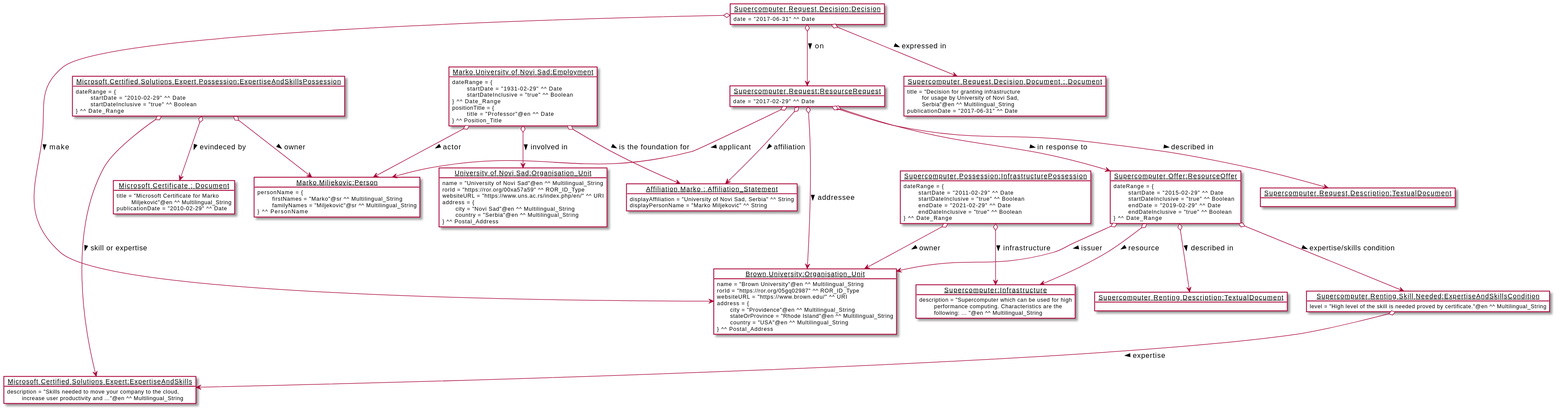
This is UC3/example.svg from EuroCRIS/CERIF-Refactoring-ModelUseCases, a PlantUML export, as it was before one commit.
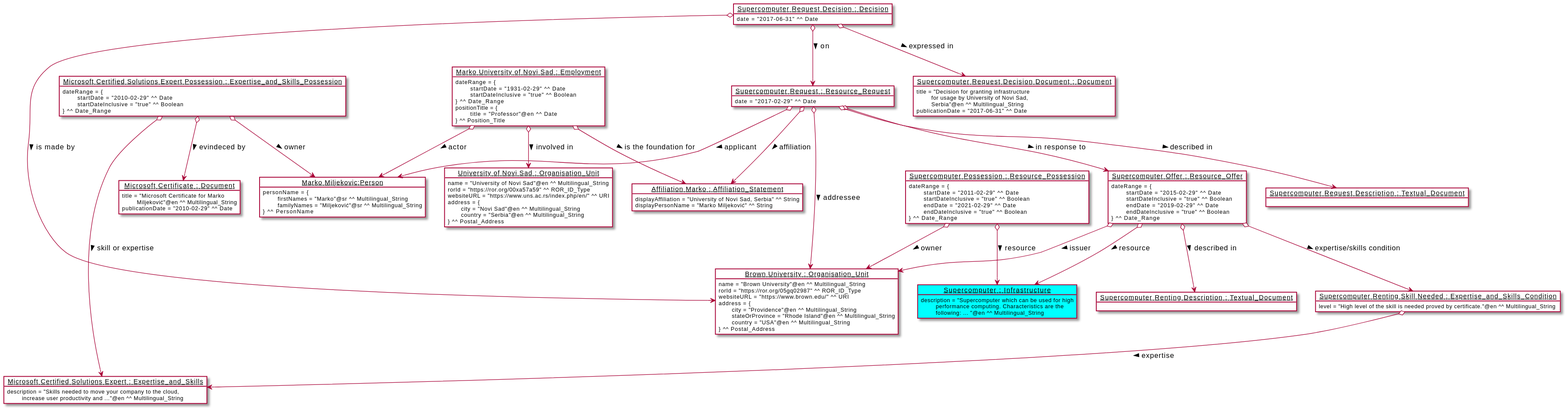
Later version of the same file.

Diff of the diagram source:
```diff
@@ -2,7 +2,7 @@
 
     !startsub resource
 
-        object "<u>Supercomputer:Infrastructure</u>" as Supercomputer #ffffff {
+        object "<u>Supercomputer : Infrastructure</u>" as Supercomputer #00ffff {
                  description = "Supercomputer which can be used for high
                  \t performance computing. Characteristics are the
                  \t following: ... "@en ^^ Multilingual_String
@@ -12,7 +12,7 @@
 
     !startsub agents
 
-        object "<u>Brown University:Organisation_Unit</u>" as BrownUniversity #ffffff {
+        object "<u>Brown University : Organisation_Unit</u>" as BrownUniversity #ffffff {
             name = "Brown University"@en ^^ Multilingual_String
             rorId = "https://ror.org/05gq02987" ^^ ROR_ID_Type
             websiteURL = "https://www.brown.edu/" ^^ URI
@@ -23,7 +23,7 @@
             } ^^ Postal_Address
         }
 
-        object "<u>University of Novi Sad:Organisation_Unit</u>" as NoviSadUniversity #ffffff {
+        object "<u>University of Novi Sad : Organisation_Unit</u>" as NoviSadUniversity #ffffff {
             name = "University of Novi Sad"@en ^^ Multilingual_String
             rorId = "https://ror.org/00xa57a59" ^^ ROR_ID_Type
             websiteURL = "https://www.uns.ac.rs/index.php/en/" ^^ URI
@@ -40,7 +40,7 @@
            } ^^ PersonName
         }
 
-        object "<u>Marko University of Novi Sad:Employment</u>" as MarkoNoviSadUniversity #ffffff {
+        object "<u>Marko University of Novi Sad : Employment</u>" as MarkoNoviSadUniversity #ffffff {
             dateRange = {
             \t startDate = "1931-02-29" ^^ Date
             \t startDateInclusive = "true" ^^ Boolean
@@ -65,7 +65,7 @@
 
     !startsub resource
 
-        object "<u>Supercomputer Possession:InfrastructurePossession</u>" as SupercomputerPossession #ffffff {
+        object "<u>Supercomputer Possession : Resource_Possession</u>" as SupercomputerPossession #ffffff {
             dateRange = {
             \t startDate = "2011-02-29" ^^ Date
             \t startDateInclusive = "true" ^^ Boolean
@@ -76,13 +76,13 @@
 
         SupercomputerPossession o--> BrownUniversity : owner >
 
-        SupercomputerPossession o--> Supercomputer : infrastructure >
+        SupercomputerPossession o--> Supercomputer : resource >
 
     !endsub
 
     !startsub resourceOffer
 
-        object "<u>Supercomputer Offer:ResourceOffer</u>" as SupercomputerOffer #ffffff {
+        object "<u>Supercomputer Offer : Resource_Offer</u>" as SupercomputerOffer #ffffff {
             dateRange = {
             \t startDate = "2015-02-29" ^^ Date
             \t startDateInclusive = "true" ^^ Boolean
@@ -95,7 +95,7 @@
 
         SupercomputerOffer o--> Supercomputer : resource >
 
-        object "<u>Supercomputer Renting Description:TextualDocument</u>" as SupercomputerRentingDescription #ffffff {
+        object "<u>Supercomputer Renting Description : Textual_Document</u>" as SupercomputerRentingDescription #ffffff {
         }
 
         SupercomputerOffer o--> SupercomputerRentingDescription : described in >
@@ -104,7 +104,7 @@
 
     !startsub resourceRequest
 
-        object "<u>Supercomputer Request:ResourceRequest</u>" as SupercomputerRequest #ffffff {
+        object "<u>Supercomputer Request : Resource_Request</u>" as SupercomputerRequest #ffffff {
             date = "2017-02-29" ^^ Date
         }
 
@@ -116,7 +116,7 @@
 
         SupercomputerRequest o--> SupercomputerOffer : in response to >
 
-        object "<u>Supercomputer Request Description:TextualDocument</u>" as SupercomputerRequestDescription #ffffff {
+        object "<u>Supercomputer Request Description : Textual_Document</u>" as SupercomputerRequestDescription #ffffff {
         }
 
         SupercomputerRequest o--> SupercomputerRequestDescription : described in >
@@ -125,12 +125,12 @@
 
     !startsub skillsExpertise
 
-        object "<u>Microsoft Certified Solutions Expert:ExpertiseAndSkills</u>" as MicrosoftCertifiedSolutionsExpert #ffffff {
+        object "<u>Microsoft Certified Solutions Expert : Expertise_and_Skills</u>" as MicrosoftCertifiedSolutionsExpert #ffffff {
             description = "Skills needed to move your company to the cloud,
             \t increase user productivity and ..."@en ^^ Multilingual_String
         }
 
-        object "<u>Supercomputer Renting Skill Needed:ExpertiseAndSkillsCondition</u>" as SupercomputerRentingSkillNeeded #ffffff {
+        object "<u>Supercomputer Renting Skill Needed : Expertise_and_Skills_Condition</u>" as SupercomputerRentingSkillNeeded #ffffff {
             level = "High level of the skill is needed proved by certificate."@en ^^ Multilingual_String
         }
 
@@ -138,7 +138,7 @@
 
         SupercomputerRentingSkillNeeded o--> MicrosoftCertifiedSolutionsExpert : expertise >
 
-        object "<u>Microsoft Certified Solutions Expert Possession:ExpertiseAndSkillsPossession</u>" as MicrosoftCertifiedSolutionsExpertPossession #ffffff {
+        object "<u>Microsoft Certified Solutions Expert Possession : Expertise_and_Skills_Possession</u>" as MicrosoftCertifiedSolutionsExpertPossession #ffffff {
             dateRange = {
             \t startDate = "2010-02-29" ^^ Date
             \t startDateInclusive = "true" ^^ Boolean
@@ -161,11 +161,11 @@
 
     !startsub decision
 
-        object "<u>Supercomputer Request Decision:Decision</u>" as SupercomputerRequestDecision #ffffff {
+        object "<u>Supercomputer Request Decision : Decision</u>" as SupercomputerRequestDecision #ffffff {
             date = "2017-06-31" ^^ Date
         }
 
-        SupercomputerRequestDecision o--> BrownUniversity : make >
+        SupercomputerRequestDecision o--> BrownUniversity : is made by >
 
         SupercomputerRequestDecision o--> SupercomputerRequest : on >
 
```
